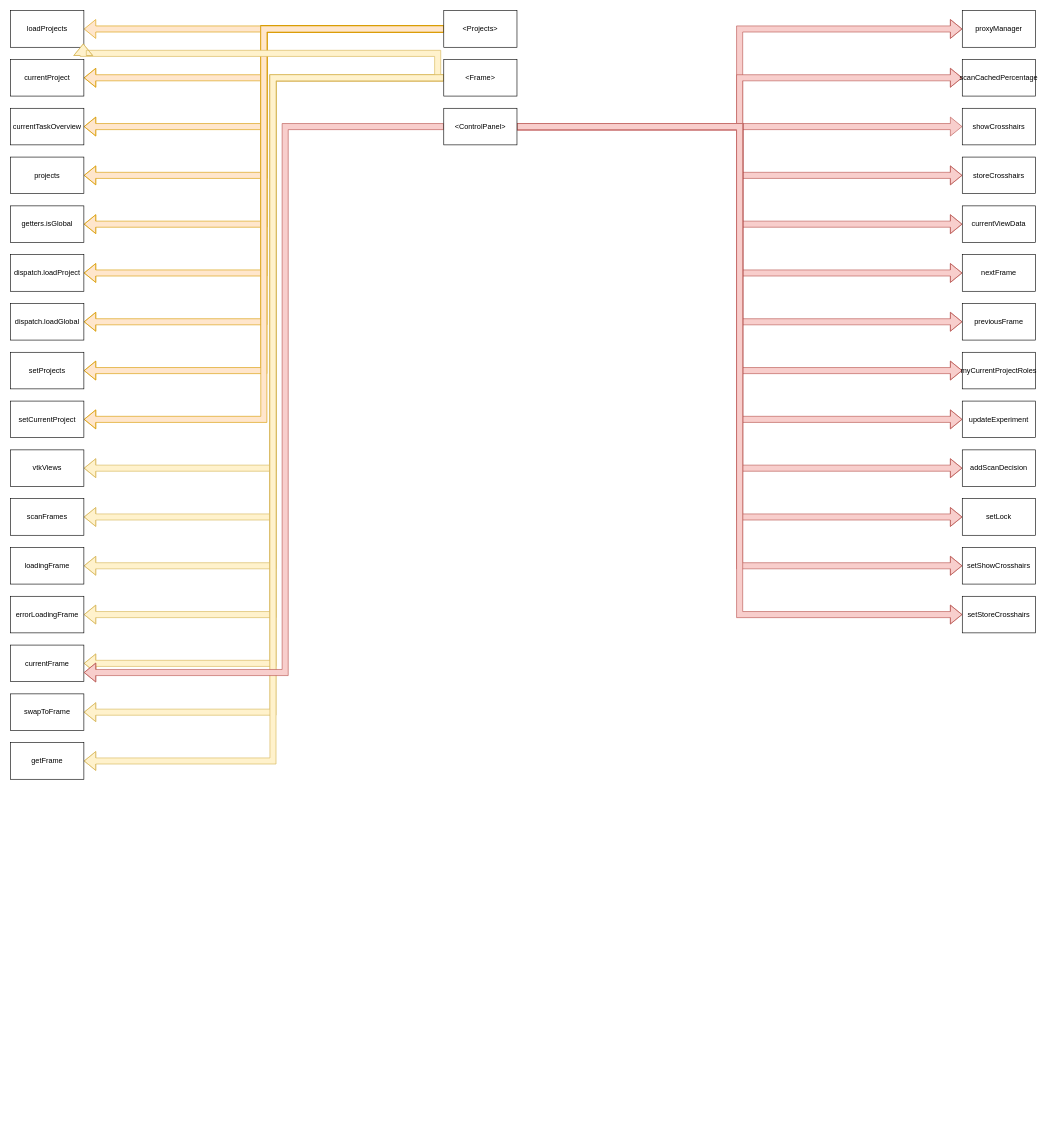
This is diagrams/miqa-store-components.drawio from davidshq/miqa-notes, a draw.io file, before an edit. Source tidied: cells renumbered, new cells numbered last; positions are measured from the earlier drawing's top-left corner, leaving out a move shared by most shapes. Both pictures are drawn from the tidied source at 61%, with x=0, y=0 at pixel (10, 10).
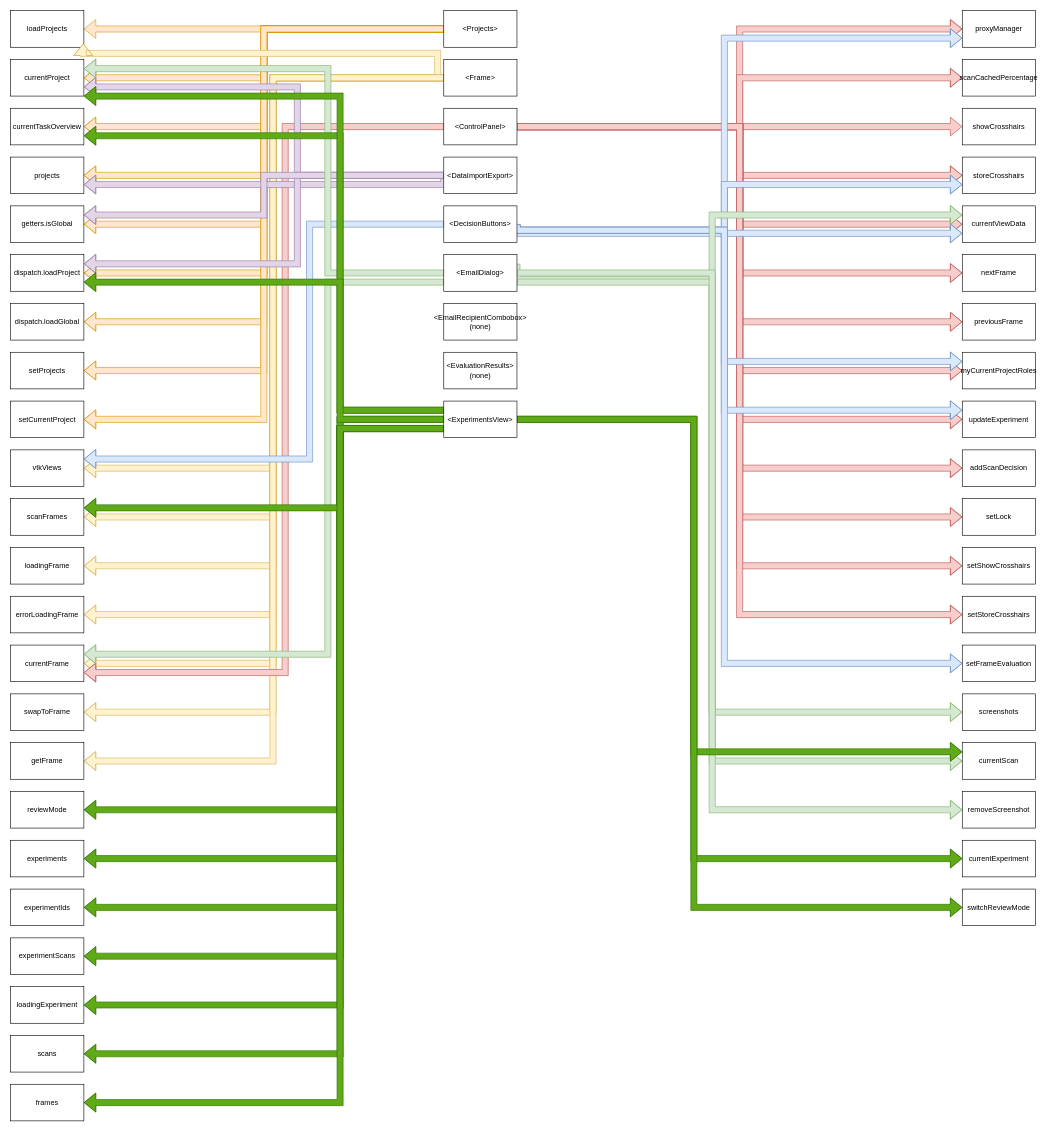
The same diagram, later.

Commit message:
Add DataImportExport, DecisionButtons, EmailDialog, EmailRecipientCombobox, EvaluationResults, and ExperimentsView

The change refers to these unchanged cells:
```xml
<mxCell id="13" value="currentProject" style="rounded=0;whiteSpace=wrap;html=1;" parent="1" vertex="1">
  <mxGeometry y="80" width="120" height="60" as="geometry" />
</mxCell>
<mxCell id="14" value="currentTaskOverview" style="rounded=0;whiteSpace=wrap;html=1;" parent="1" vertex="1">
  <mxGeometry y="160" width="120" height="60" as="geometry" />
</mxCell>
<mxCell id="15" value="projects" style="rounded=0;whiteSpace=wrap;html=1;" parent="1" vertex="1">
  <mxGeometry y="240" width="120" height="60" as="geometry" />
</mxCell>
<mxCell id="16" value="getters.isGlobal" style="rounded=0;whiteSpace=wrap;html=1;" parent="1" vertex="1">
  <mxGeometry y="320" width="120" height="60" as="geometry" />
</mxCell>
<mxCell id="17" value="dispatch.loadProject" style="rounded=0;whiteSpace=wrap;html=1;" parent="1" vertex="1">
  <mxGeometry y="400" width="120" height="60" as="geometry" />
</mxCell>
<mxCell id="30" value="vtkViews" style="rounded=0;whiteSpace=wrap;html=1;" parent="1" vertex="1">
  <mxGeometry y="720" width="120" height="60" as="geometry" />
</mxCell>
<mxCell id="31" value="scanFrames" style="rounded=0;whiteSpace=wrap;html=1;" parent="1" vertex="1">
  <mxGeometry y="800" width="120" height="60" as="geometry" />
</mxCell>
<mxCell id="34" value="currentFrame" style="rounded=0;whiteSpace=wrap;html=1;" parent="1" vertex="1">
  <mxGeometry y="1040" width="120" height="60" as="geometry" />
</mxCell>
<mxCell id="52" value="proxyManager" style="rounded=0;whiteSpace=wrap;html=1;" parent="1" vertex="1">
  <mxGeometry x="1560" width="120" height="60" as="geometry" />
</mxCell>
<mxCell id="55" value="storeCrosshairs" style="rounded=0;whiteSpace=wrap;html=1;" parent="1" vertex="1">
  <mxGeometry x="1560" y="240" width="120" height="60" as="geometry" />
</mxCell>
<mxCell id="56" value="currentViewData" style="rounded=0;whiteSpace=wrap;html=1;" parent="1" vertex="1">
  <mxGeometry x="1560" y="320" width="120" height="60" as="geometry" />
</mxCell>
<mxCell id="59" value="myCurrentProjectRoles" style="rounded=0;whiteSpace=wrap;html=1;" parent="1" vertex="1">
  <mxGeometry x="1560" y="560" width="120" height="60" as="geometry" />
</mxCell>
<mxCell id="61" value="updateExperiment" style="rounded=0;whiteSpace=wrap;html=1;" parent="1" vertex="1">
  <mxGeometry x="1560" y="640" width="120" height="60" as="geometry" />
</mxCell>
```

Diff of the diagram source:
```diff
@@
+    <mxCell id="65" style="edgeStyle=orthogonalEdgeStyle;shape=flexArrow;rounded=0;jettySize=auto;html=1;exitX=0;exitY=0.5;exitDx=0;exitDy=0;entryX=1;entryY=0.75;entryDx=0;entryDy=0;fillColor=#e1d5e7;strokeColor=#9673a6;" parent="1" edge="1" source="69" target="13">
+      <mxGeometry relative="1" as="geometry">
+        <Array as="points">
+          <mxPoint x="470" y="270" />
+          <mxPoint x="470" y="125" />
+        </Array>
+      </mxGeometry>
+    </mxCell>
+    <mxCell id="66" style="edgeStyle=orthogonalEdgeStyle;shape=flexArrow;rounded=0;jettySize=auto;html=1;exitX=0;exitY=0.5;exitDx=0;exitDy=0;entryX=1;entryY=0.75;entryDx=0;entryDy=0;fillColor=#e1d5e7;strokeColor=#9673a6;" parent="1" edge="1" source="69" target="15">
+      <mxGeometry relative="1" as="geometry">
+        <Array as="points">
+          <mxPoint x="710" y="285" />
+        </Array>
+      </mxGeometry>
+    </mxCell>
+    <mxCell id="67" style="edgeStyle=orthogonalEdgeStyle;shape=flexArrow;rounded=0;jettySize=auto;html=1;exitX=0;exitY=0.5;exitDx=0;exitDy=0;entryX=1;entryY=0.25;entryDx=0;entryDy=0;fillColor=#e1d5e7;strokeColor=#9673a6;" parent="1" edge="1" source="69" target="17">
+      <mxGeometry relative="1" as="geometry">
+        <Array as="points">
+          <mxPoint x="470" y="270" />
+          <mxPoint x="470" y="415" />
+        </Array>
+      </mxGeometry>
+    </mxCell>
+    <mxCell id="68" style="edgeStyle=orthogonalEdgeStyle;shape=flexArrow;rounded=0;jettySize=auto;html=1;exitX=0;exitY=0.5;exitDx=0;exitDy=0;entryX=1;entryY=0.25;entryDx=0;entryDy=0;fillColor=#e1d5e7;strokeColor=#9673a6;" parent="1" edge="1" source="69" target="16">
+      <mxGeometry relative="1" as="geometry" />
+    </mxCell>
+    <mxCell id="69" value="&amp;lt;DataImportExport&amp;gt;" style="rounded=0;whiteSpace=wrap;html=1;" parent="1" vertex="1">
+      <mxGeometry x="710" y="240" width="120" height="60" as="geometry" />
+    </mxCell>
+    <mxCell id="70" style="edgeStyle=orthogonalEdgeStyle;shape=flexArrow;rounded=0;jettySize=auto;html=1;exitX=1;exitY=0.5;exitDx=0;exitDy=0;entryX=0;entryY=0.75;entryDx=0;entryDy=0;fillColor=#dae8fc;strokeColor=#6c8ebf;" parent="1" edge="1" source="77" target="56">
+      <mxGeometry relative="1" as="geometry">
+        <Array as="points">
+          <mxPoint x="830" y="365" />
+        </Array>
+      </mxGeometry>
+    </mxCell>
+    <mxCell id="71" style="edgeStyle=orthogonalEdgeStyle;shape=flexArrow;rounded=0;jettySize=auto;html=1;exitX=1;exitY=0.5;exitDx=0;exitDy=0;entryX=0;entryY=0.75;entryDx=0;entryDy=0;fillColor=#dae8fc;strokeColor=#6c8ebf;" parent="1" edge="1" source="77" target="52">
+      <mxGeometry relative="1" as="geometry">
+        <Array as="points">
+          <mxPoint x="830" y="360" />
+          <mxPoint x="1170" y="360" />
+          <mxPoint x="1170" y="45" />
+        </Array>
+      </mxGeometry>
+    </mxCell>
+    <mxCell id="72" style="edgeStyle=orthogonalEdgeStyle;shape=flexArrow;rounded=0;jettySize=auto;html=1;exitX=0;exitY=0.5;exitDx=0;exitDy=0;entryX=1;entryY=0.25;entryDx=0;entryDy=0;fillColor=#dae8fc;strokeColor=#6c8ebf;" parent="1" edge="1" source="77" target="30">
+      <mxGeometry relative="1" as="geometry">
+        <Array as="points">
+          <mxPoint x="490" y="350" />
+          <mxPoint x="490" y="735" />
+        </Array>
+      </mxGeometry>
+    </mxCell>
+    <mxCell id="73" style="edgeStyle=orthogonalEdgeStyle;shape=flexArrow;rounded=0;jettySize=auto;html=1;entryX=0;entryY=0.75;entryDx=0;entryDy=0;fillColor=#dae8fc;strokeColor=#6c8ebf;" parent="1" edge="1" source="77" target="55">
+      <mxGeometry relative="1" as="geometry">
+        <Array as="points">
+          <mxPoint x="1170" y="360" />
+          <mxPoint x="1170" y="285" />
+        </Array>
+      </mxGeometry>
+    </mxCell>
+    <mxCell id="74" style="edgeStyle=orthogonalEdgeStyle;shape=flexArrow;rounded=0;jettySize=auto;html=1;exitX=1;exitY=0.5;exitDx=0;exitDy=0;entryX=0;entryY=0.25;entryDx=0;entryDy=0;fillColor=#dae8fc;strokeColor=#6c8ebf;" parent="1" edge="1" source="77" target="59">
+      <mxGeometry relative="1" as="geometry">
+        <Array as="points">
+          <mxPoint x="830" y="360" />
+          <mxPoint x="1170" y="360" />
+          <mxPoint x="1170" y="575" />
+        </Array>
+      </mxGeometry>
+    </mxCell>
+    <mxCell id="75" style="edgeStyle=orthogonalEdgeStyle;shape=flexArrow;rounded=0;jettySize=auto;html=1;exitX=1;exitY=0.5;exitDx=0;exitDy=0;entryX=0;entryY=0.25;entryDx=0;entryDy=0;fillColor=#dae8fc;strokeColor=#6c8ebf;" parent="1" edge="1" source="77" target="61">
+      <mxGeometry relative="1" as="geometry">
+        <Array as="points">
+          <mxPoint x="830" y="360" />
+          <mxPoint x="1170" y="360" />
+          <mxPoint x="1170" y="655" />
+        </Array>
+      </mxGeometry>
+    </mxCell>
+    <mxCell id="76" style="edgeStyle=orthogonalEdgeStyle;shape=flexArrow;rounded=0;jettySize=auto;html=1;exitX=1;exitY=0.5;exitDx=0;exitDy=0;entryX=0;entryY=0.5;entryDx=0;entryDy=0;fillColor=#dae8fc;strokeColor=#6c8ebf;" parent="1" edge="1" source="77" target="78">
+      <mxGeometry relative="1" as="geometry">
+        <Array as="points">
+          <mxPoint x="830" y="360" />
+          <mxPoint x="1170" y="360" />
+          <mxPoint x="1170" y="1070" />
+        </Array>
+      </mxGeometry>
+    </mxCell>
+    <mxCell id="77" value="&amp;lt;DecisionButtons&amp;gt;" style="rounded=0;whiteSpace=wrap;html=1;" parent="1" vertex="1">
+      <mxGeometry x="710" y="320" width="120" height="60" as="geometry" />
+    </mxCell>
+    <mxCell id="78" value="setFrameEvaluation" style="rounded=0;whiteSpace=wrap;html=1;" parent="1" vertex="1">
+      <mxGeometry x="1560" y="1040" width="120" height="60" as="geometry" />
+    </mxCell>
+    <mxCell id="79" style="edgeStyle=orthogonalEdgeStyle;shape=flexArrow;rounded=0;jettySize=auto;html=1;exitX=1;exitY=0.5;exitDx=0;exitDy=0;entryX=0;entryY=0.5;entryDx=0;entryDy=0;fillColor=#d5e8d4;strokeColor=#82b366;" parent="1" edge="1" source="85" target="87">
+      <mxGeometry relative="1" as="geometry">
+        <Array as="points">
+          <mxPoint x="830" y="440" />
+          <mxPoint x="1150" y="440" />
+          <mxPoint x="1150" y="1150" />
+        </Array>
+      </mxGeometry>
+    </mxCell>
+    <mxCell id="80" style="edgeStyle=orthogonalEdgeStyle;shape=flexArrow;rounded=0;jettySize=auto;html=1;exitX=1;exitY=0.25;exitDx=0;exitDy=0;entryX=0;entryY=0.25;entryDx=0;entryDy=0;fillColor=#d5e8d4;strokeColor=#82b366;" parent="1" edge="1" source="85" target="56">
+      <mxGeometry relative="1" as="geometry">
+        <Array as="points">
+          <mxPoint x="830" y="440" />
+          <mxPoint x="1150" y="440" />
+          <mxPoint x="1150" y="335" />
+        </Array>
+      </mxGeometry>
+    </mxCell>
+    <mxCell id="81" style="edgeStyle=orthogonalEdgeStyle;shape=flexArrow;rounded=0;jettySize=auto;html=1;exitX=0;exitY=0.5;exitDx=0;exitDy=0;entryX=1;entryY=0.25;entryDx=0;entryDy=0;fillColor=#d5e8d4;strokeColor=#82b366;" parent="1" edge="1" source="85" target="13">
+      <mxGeometry relative="1" as="geometry">
+        <Array as="points">
+          <mxPoint x="520" y="430" />
+          <mxPoint x="520" y="95" />
+        </Array>
+      </mxGeometry>
+    </mxCell>
+    <mxCell id="82" style="edgeStyle=orthogonalEdgeStyle;shape=flexArrow;rounded=0;jettySize=auto;html=1;exitX=0;exitY=0.75;exitDx=0;exitDy=0;entryX=1;entryY=0.25;entryDx=0;entryDy=0;fillColor=#d5e8d4;strokeColor=#82b366;" parent="1" edge="1" source="85" target="34">
+      <mxGeometry relative="1" as="geometry">
+        <Array as="points">
+          <mxPoint x="520" y="445" />
+          <mxPoint x="520" y="1055" />
+        </Array>
+      </mxGeometry>
+    </mxCell>
+    <mxCell id="83" style="edgeStyle=orthogonalEdgeStyle;shape=flexArrow;rounded=0;jettySize=auto;html=1;exitX=1;exitY=0.75;exitDx=0;exitDy=0;entryX=0;entryY=0.5;entryDx=0;entryDy=0;fillColor=#d5e8d4;strokeColor=#82b366;" parent="1" edge="1" source="85" target="86">
+      <mxGeometry relative="1" as="geometry">
+        <Array as="points">
+          <mxPoint x="1150" y="445" />
+          <mxPoint x="1150" y="1230" />
+        </Array>
+      </mxGeometry>
+    </mxCell>
+    <mxCell id="84" style="edgeStyle=orthogonalEdgeStyle;shape=flexArrow;rounded=0;jettySize=auto;html=1;exitX=1;exitY=0.5;exitDx=0;exitDy=0;entryX=0;entryY=0.5;entryDx=0;entryDy=0;fillColor=#d5e8d4;strokeColor=#82b366;" parent="1" edge="1" source="85" target="88">
+      <mxGeometry relative="1" as="geometry">
+        <Array as="points">
+          <mxPoint x="1150" y="430" />
+          <mxPoint x="1150" y="1310" />
+        </Array>
+      </mxGeometry>
+    </mxCell>
+    <mxCell id="85" value="&amp;lt;EmailDialog&amp;gt;" style="rounded=0;whiteSpace=wrap;html=1;" parent="1" vertex="1">
+      <mxGeometry x="710" y="400" width="120" height="60" as="geometry" />
+    </mxCell>
+    <mxCell id="86" value="currentScan" style="rounded=0;whiteSpace=wrap;html=1;" parent="1" vertex="1">
+      <mxGeometry x="1560" y="1200" width="120" height="60" as="geometry" />
+    </mxCell>
+    <mxCell id="87" value="screenshots" style="rounded=0;whiteSpace=wrap;html=1;" parent="1" vertex="1">
+      <mxGeometry x="1560" y="1120" width="120" height="60" as="geometry" />
+    </mxCell>
+    <mxCell id="88" value="removeScreenshot" style="rounded=0;whiteSpace=wrap;html=1;" parent="1" vertex="1">
+      <mxGeometry x="1560" y="1280" width="120" height="60" as="geometry" />
+    </mxCell>
+    <mxCell id="89" value="&amp;lt;EmailRecipientCombobox&amp;gt;&lt;br&gt;(none)" style="rounded=0;whiteSpace=wrap;html=1;" parent="1" vertex="1">
+      <mxGeometry x="710" y="480" width="120" height="60" as="geometry" />
+    </mxCell>
+    <mxCell id="90" value="&amp;lt;EvaluationResults&amp;gt;&lt;br&gt;(none)" style="rounded=0;whiteSpace=wrap;html=1;" parent="1" vertex="1">
+      <mxGeometry x="710" y="560" width="120" height="60" as="geometry" />
+    </mxCell>
+    <mxCell id="91" style="edgeStyle=orthogonalEdgeStyle;shape=flexArrow;rounded=0;jettySize=auto;html=1;exitX=0;exitY=0.5;exitDx=0;exitDy=0;entryX=1;entryY=0.5;entryDx=0;entryDy=0;fillColor=#60a917;strokeColor=#2D7600;" parent="1" edge="1" source="105" target="106">
+      <mxGeometry relative="1" as="geometry">
+        <Array as="points">
+          <mxPoint x="540" y="670" />
+          <mxPoint x="540" y="1310" />
+        </Array>
+      </mxGeometry>
+    </mxCell>
+    <mxCell id="92" style="edgeStyle=orthogonalEdgeStyle;shape=flexArrow;rounded=0;jettySize=auto;html=1;exitX=0;exitY=0.75;exitDx=0;exitDy=0;entryX=1;entryY=0.5;entryDx=0;entryDy=0;fillColor=#60a917;strokeColor=#2D7600;" parent="1" edge="1" source="105" target="107">
+      <mxGeometry relative="1" as="geometry">
+        <Array as="points">
+          <mxPoint x="540" y="685" />
+          <mxPoint x="540" y="1390" />
+        </Array>
+      </mxGeometry>
+    </mxCell>
+    <mxCell id="93" style="edgeStyle=orthogonalEdgeStyle;shape=flexArrow;rounded=0;jettySize=auto;html=1;exitX=0;exitY=0.75;exitDx=0;exitDy=0;entryX=1;entryY=0.5;entryDx=0;entryDy=0;fillColor=#60a917;strokeColor=#2D7600;" parent="1" edge="1" source="105" target="108">
+      <mxGeometry relative="1" as="geometry">
+        <Array as="points">
+          <mxPoint x="540" y="685" />
+          <mxPoint x="540" y="1470" />
+        </Array>
+      </mxGeometry>
+    </mxCell>
+    <mxCell id="94" style="edgeStyle=orthogonalEdgeStyle;shape=flexArrow;rounded=0;jettySize=auto;html=1;exitX=0;exitY=0.75;exitDx=0;exitDy=0;entryX=1;entryY=0.5;entryDx=0;entryDy=0;fillColor=#60a917;strokeColor=#2D7600;" parent="1" edge="1" source="105" target="109">
+      <mxGeometry relative="1" as="geometry">
+        <Array as="points">
+          <mxPoint x="540" y="685" />
+          <mxPoint x="540" y="1550" />
+        </Array>
+      </mxGeometry>
+    </mxCell>
+    <mxCell id="95" style="edgeStyle=orthogonalEdgeStyle;shape=flexArrow;rounded=0;jettySize=auto;html=1;exitX=0;exitY=0.75;exitDx=0;exitDy=0;entryX=1;entryY=0.5;entryDx=0;entryDy=0;fillColor=#60a917;strokeColor=#2D7600;" parent="1" edge="1" source="105" target="110">
+      <mxGeometry relative="1" as="geometry">
+        <Array as="points">
+          <mxPoint x="540" y="685" />
+          <mxPoint x="540" y="1630" />
+        </Array>
+      </mxGeometry>
+    </mxCell>
+    <mxCell id="96" style="edgeStyle=orthogonalEdgeStyle;shape=flexArrow;rounded=0;jettySize=auto;html=1;exitX=0;exitY=0.75;exitDx=0;exitDy=0;entryX=1;entryY=0.5;entryDx=0;entryDy=0;fillColor=#60a917;strokeColor=#2D7600;" parent="1" edge="1" source="105" target="111">
+      <mxGeometry relative="1" as="geometry">
+        <Array as="points">
+          <mxPoint x="540" y="685" />
+          <mxPoint x="540" y="1710" />
+        </Array>
+      </mxGeometry>
+    </mxCell>
+    <mxCell id="97" style="edgeStyle=orthogonalEdgeStyle;shape=flexArrow;rounded=0;jettySize=auto;html=1;exitX=0;exitY=0.5;exitDx=0;exitDy=0;entryX=1;entryY=0.25;entryDx=0;entryDy=0;fillColor=#60a917;strokeColor=#2D7600;" parent="1" edge="1" source="105" target="31">
+      <mxGeometry relative="1" as="geometry">
+        <Array as="points">
+          <mxPoint x="540" y="670" />
+          <mxPoint x="540" y="815" />
+        </Array>
+      </mxGeometry>
+    </mxCell>
+    <mxCell id="98" style="edgeStyle=orthogonalEdgeStyle;shape=flexArrow;rounded=0;jettySize=auto;html=1;exitX=0;exitY=0.75;exitDx=0;exitDy=0;entryX=1;entryY=0.5;entryDx=0;entryDy=0;fillColor=#60a917;strokeColor=#2D7600;" parent="1" edge="1" source="105" target="112">
+      <mxGeometry relative="1" as="geometry">
+        <Array as="points">
+          <mxPoint x="540" y="685" />
+          <mxPoint x="540" y="1790" />
+        </Array>
+      </mxGeometry>
+    </mxCell>
+    <mxCell id="99" style="edgeStyle=orthogonalEdgeStyle;shape=flexArrow;rounded=0;jettySize=auto;html=1;exitX=0;exitY=0.25;exitDx=0;exitDy=0;entryX=1;entryY=0.75;entryDx=0;entryDy=0;fillColor=#60a917;strokeColor=#2D7600;" parent="1" edge="1" source="105" target="14">
+      <mxGeometry relative="1" as="geometry">
+        <Array as="points">
+          <mxPoint x="540" y="655" />
+          <mxPoint x="540" y="205" />
+        </Array>
+      </mxGeometry>
+    </mxCell>
+    <mxCell id="100" style="edgeStyle=orthogonalEdgeStyle;shape=flexArrow;rounded=0;jettySize=auto;html=1;exitX=0;exitY=0.25;exitDx=0;exitDy=0;entryX=1;entryY=1;entryDx=0;entryDy=0;fillColor=#60a917;strokeColor=#2D7600;" parent="1" edge="1" source="105" target="13">
+      <mxGeometry relative="1" as="geometry">
+        <Array as="points">
+          <mxPoint x="540" y="655" />
+          <mxPoint x="540" y="140" />
+        </Array>
+      </mxGeometry>
+    </mxCell>
+    <mxCell id="101" style="edgeStyle=orthogonalEdgeStyle;shape=flexArrow;rounded=0;jettySize=auto;html=1;exitX=1;exitY=0.5;exitDx=0;exitDy=0;entryX=0;entryY=0.25;entryDx=0;entryDy=0;fillColor=#60a917;strokeColor=#2D7600;" parent="1" edge="1" source="105" target="86">
+      <mxGeometry relative="1" as="geometry">
+        <Array as="points">
+          <mxPoint x="1120" y="670" />
+          <mxPoint x="1120" y="1215" />
+        </Array>
+      </mxGeometry>
+    </mxCell>
+    <mxCell id="102" style="edgeStyle=orthogonalEdgeStyle;shape=flexArrow;rounded=0;jettySize=auto;html=1;exitX=1;exitY=0.5;exitDx=0;exitDy=0;entryX=0;entryY=0.5;entryDx=0;entryDy=0;fillColor=#60a917;strokeColor=#2D7600;" parent="1" edge="1" source="105" target="113">
+      <mxGeometry relative="1" as="geometry">
+        <Array as="points">
+          <mxPoint x="1120" y="670" />
+          <mxPoint x="1120" y="1390" />
+        </Array>
+      </mxGeometry>
+    </mxCell>
+    <mxCell id="103" style="edgeStyle=orthogonalEdgeStyle;shape=flexArrow;rounded=0;jettySize=auto;html=1;exitX=1;exitY=0.5;exitDx=0;exitDy=0;entryX=0;entryY=0.5;entryDx=0;entryDy=0;fillColor=#60a917;strokeColor=#2D7600;" parent="1" edge="1" source="105" target="114">
+      <mxGeometry relative="1" as="geometry">
+        <Array as="points">
+          <mxPoint x="1120" y="670" />
+          <mxPoint x="1120" y="1470" />
+        </Array>
+      </mxGeometry>
+    </mxCell>
+    <mxCell id="104" style="edgeStyle=orthogonalEdgeStyle;shape=flexArrow;rounded=0;jettySize=auto;html=1;exitX=0;exitY=0.5;exitDx=0;exitDy=0;entryX=1;entryY=0.75;entryDx=0;entryDy=0;fillColor=#60a917;strokeColor=#2D7600;" parent="1" edge="1" source="105" target="17">
+      <mxGeometry relative="1" as="geometry">
+        <Array as="points">
+          <mxPoint x="540" y="670" />
+          <mxPoint x="540" y="445" />
+        </Array>
+      </mxGeometry>
+    </mxCell>
+    <mxCell id="105" value="&amp;lt;ExperimentsView&amp;gt;" style="rounded=0;whiteSpace=wrap;html=1;" parent="1" vertex="1">
+      <mxGeometry x="710" y="640" width="120" height="60" as="geometry" />
+    </mxCell>
+    <mxCell id="106" value="reviewMode" style="rounded=0;whiteSpace=wrap;html=1;" parent="1" vertex="1">
+      <mxGeometry y="1280" width="120" height="60" as="geometry" />
+    </mxCell>
+    <mxCell id="107" value="experiments" style="rounded=0;whiteSpace=wrap;html=1;" parent="1" vertex="1">
+      <mxGeometry y="1360" width="120" height="60" as="geometry" />
+    </mxCell>
+    <mxCell id="108" value="experimentIds" style="rounded=0;whiteSpace=wrap;html=1;" parent="1" vertex="1">
+      <mxGeometry y="1440" width="120" height="60" as="geometry" />
+    </mxCell>
+    <mxCell id="109" value="experimentScans" style="rounded=0;whiteSpace=wrap;html=1;" parent="1" vertex="1">
+      <mxGeometry y="1520" width="120" height="60" as="geometry" />
+    </mxCell>
+    <mxCell id="110" value="loadingExperiment" style="rounded=0;whiteSpace=wrap;html=1;" parent="1" vertex="1">
+      <mxGeometry y="1600" width="120" height="60" as="geometry" />
+    </mxCell>
+    <mxCell id="111" value="scans" style="rounded=0;whiteSpace=wrap;html=1;" parent="1" vertex="1">
+      <mxGeometry y="1680" width="120" height="60" as="geometry" />
+    </mxCell>
+    <mxCell id="112" value="frames" style="rounded=0;whiteSpace=wrap;html=1;" parent="1" vertex="1">
+      <mxGeometry y="1760" width="120" height="60" as="geometry" />
+    </mxCell>
+    <mxCell id="113" value="currentExperiment" style="rounded=0;whiteSpace=wrap;html=1;" parent="1" vertex="1">
+      <mxGeometry x="1560" y="1360" width="120" height="60" as="geometry" />
+    </mxCell>
+    <mxCell id="114" value="switchReviewMode" style="rounded=0;whiteSpace=wrap;html=1;" parent="1" vertex="1">
+      <mxGeometry x="1560" y="1440" width="120" height="60" as="geometry" />
+    </mxCell>
```
